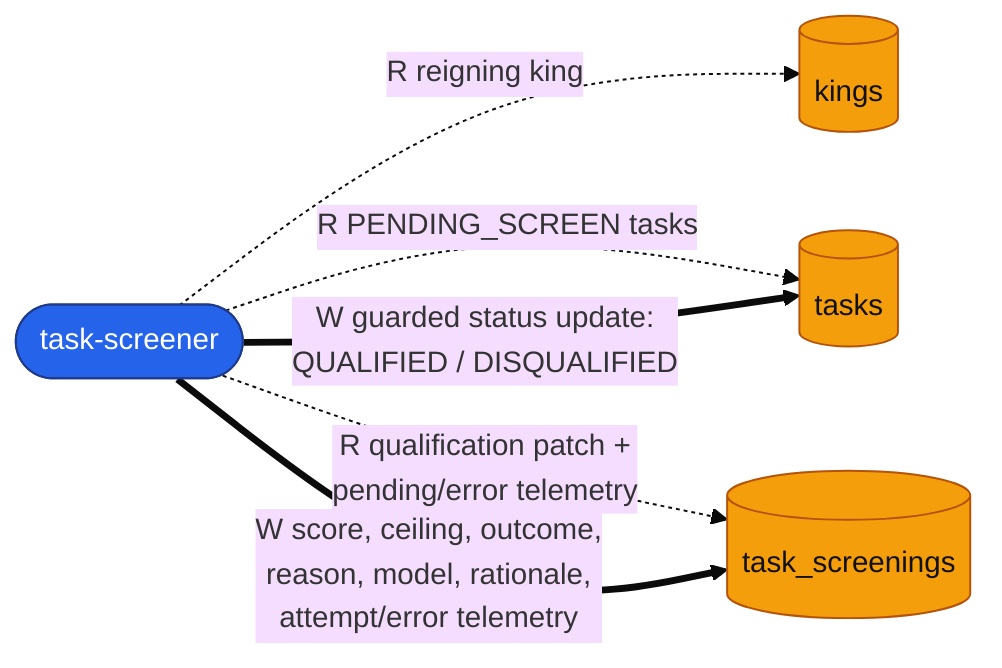
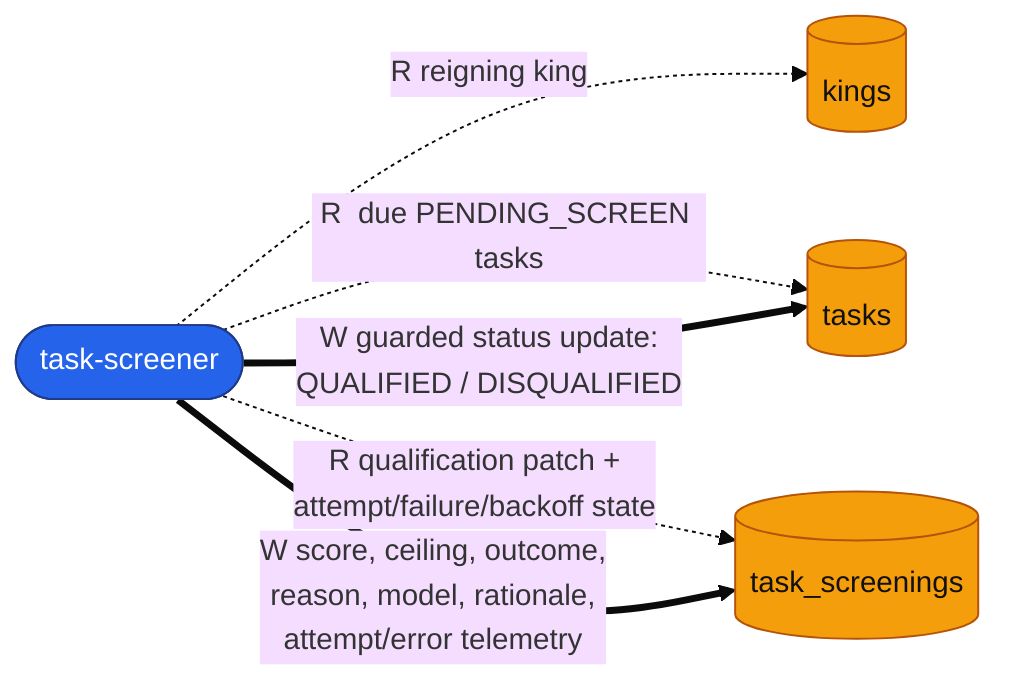
%%{init: {"theme": "base", "themeVariables": {"fontSize": "15px"}}}%%
flowchart LR
    sc(["task-screener"])
    kings[("kings")]
    tasks[("tasks")]
    screen[("task_screenings")]

    sc -. "R  reigning king" .-> kings
-     sc -. "R  PENDING_SCREEN tasks" .-> tasks
-     sc -. "R  qualification patch +<br/>pending/error telemetry" .-> screen
+     sc -. "R  due PENDING_SCREEN tasks" .-> tasks
+     sc -. "R  qualification patch +<br/>attempt/failure/backoff state" .-> screen
    sc == "W  guarded status update:<br/>QUALIFIED / DISQUALIFIED" ==> tasks
    sc == "W  score, ceiling, outcome,<br/>reason, model, rationale,<br/>attempt/error telemetry" ==> screen

    classDef worker fill:#2563eb,stroke:#1e3a8a,color:#fff;
    classDef store fill:#f59e0b,stroke:#b45309,color:#111;
    class sc worker;
    class kings,tasks,screen store;
